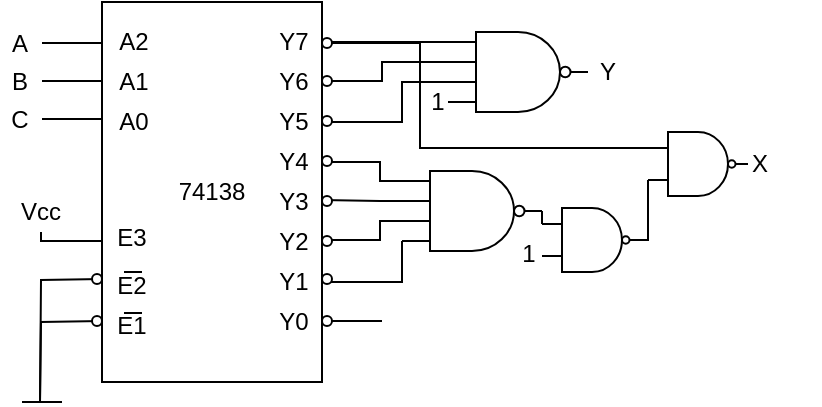
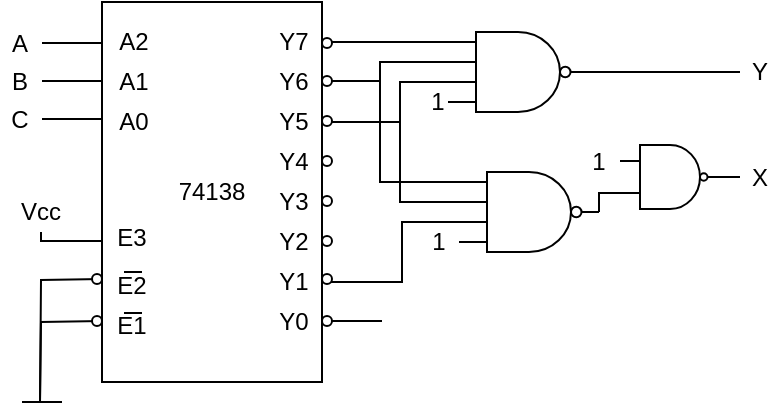
<mxfile host="app.diagrams.net">
  <diagram name="第 1 页" id="QVcH6M3zOW3lWxFKUOr2">
-     <mxGraphModel dx="438" dy="305" grid="1" gridSize="10" guides="1" tooltips="1" connect="1" arrows="1" fold="1" page="1" pageScale="1" pageWidth="827" pageHeight="1169" math="0" shadow="0">
+     <mxGraphModel dx="479" dy="254" grid="1" gridSize="10" guides="1" tooltips="1" connect="1" arrows="1" fold="1" page="1" pageScale="1" pageWidth="827" pageHeight="1169" math="0" shadow="0">
      <root>
        <mxCell id="0" />
        <mxCell id="1" parent="0" />
        <mxCell id="5TalZmoWSDWbbzXdtOt4-1" edge="1" parent="1" style="edgeStyle=orthogonalEdgeStyle;rounded=0;orthogonalLoop=1;jettySize=auto;html=1;exitX=0;exitY=0.25;exitDx=0;exitDy=0;endArrow=none;endFill=0;">
          <mxGeometry relative="1" as="geometry">
            <mxPoint x="371" y="139.5" as="sourcePoint" />
            <mxPoint x="341" y="139.47619047619048" as="targetPoint" />
          </mxGeometry>
        </mxCell>
        <mxCell id="5TalZmoWSDWbbzXdtOt4-2" parent="1" style="rounded=0;whiteSpace=wrap;html=1;" value="74138" vertex="1">
          <mxGeometry height="190" width="110" x="371" y="100" as="geometry" />
        </mxCell>
        <mxCell id="5TalZmoWSDWbbzXdtOt4-3" edge="1" parent="1" style="edgeStyle=orthogonalEdgeStyle;rounded=0;orthogonalLoop=1;jettySize=auto;html=1;exitX=0;exitY=0.25;exitDx=0;exitDy=0;endArrow=none;endFill=0;">
          <mxGeometry relative="1" as="geometry">
            <mxPoint x="371" y="120.52380952380952" as="sourcePoint" />
            <mxPoint x="341" y="120" as="targetPoint" />
          </mxGeometry>
        </mxCell>
        <mxCell id="5TalZmoWSDWbbzXdtOt4-5" edge="1" parent="1" style="edgeStyle=orthogonalEdgeStyle;rounded=0;orthogonalLoop=1;jettySize=auto;html=1;exitX=0;exitY=0.25;exitDx=0;exitDy=0;endArrow=none;endFill=0;">
          <mxGeometry relative="1" as="geometry">
            <mxPoint x="371" y="158.52380952380952" as="sourcePoint" />
            <mxPoint x="341" y="158" as="targetPoint" />
          </mxGeometry>
        </mxCell>
        <mxCell id="5TalZmoWSDWbbzXdtOt4-7" edge="1" parent="1" style="edgeStyle=orthogonalEdgeStyle;rounded=0;orthogonalLoop=1;jettySize=auto;html=1;exitX=0;exitY=0.25;exitDx=0;exitDy=0;endArrow=none;endFill=0;entryX=0.5;entryY=1;entryDx=0;entryDy=0;" target="5TalZmoWSDWbbzXdtOt4-38">
          <mxGeometry relative="1" as="geometry">
            <mxPoint x="371" y="219.52380952380952" as="sourcePoint" />
            <mxPoint x="340" y="220" as="targetPoint" />
          </mxGeometry>
        </mxCell>
        <mxCell id="5TalZmoWSDWbbzXdtOt4-8" edge="1" parent="1" style="edgeStyle=orthogonalEdgeStyle;rounded=0;orthogonalLoop=1;jettySize=auto;html=1;exitX=0;exitY=0.25;exitDx=0;exitDy=0;endArrow=none;endFill=0;">
          <mxGeometry relative="1" as="geometry">
            <mxPoint x="371" y="238.52380952380952" as="sourcePoint" />
            <mxPoint x="340" y="300" as="targetPoint" />
          </mxGeometry>
        </mxCell>
        <mxCell id="5TalZmoWSDWbbzXdtOt4-9" edge="1" parent="1" style="edgeStyle=orthogonalEdgeStyle;rounded=0;orthogonalLoop=1;jettySize=auto;html=1;exitX=0;exitY=0.25;exitDx=0;exitDy=0;endArrow=none;endFill=0;">
          <mxGeometry relative="1" as="geometry">
            <mxPoint x="371" y="259.5238095238095" as="sourcePoint" />
            <mxPoint x="340" y="300" as="targetPoint" />
          </mxGeometry>
        </mxCell>
        <mxCell id="5TalZmoWSDWbbzXdtOt4-11" parent="1" style="ellipse;whiteSpace=wrap;html=1;aspect=fixed;" value="" vertex="1">
          <mxGeometry height="5" width="5" x="366" y="257" as="geometry" />
        </mxCell>
        <mxCell id="5TalZmoWSDWbbzXdtOt4-12" parent="1" style="text;html=1;whiteSpace=wrap;strokeColor=none;fillColor=none;align=center;verticalAlign=middle;rounded=0;" value="Y7" vertex="1">
          <mxGeometry height="20" width="30" x="452" y="110" as="geometry" />
        </mxCell>
        <mxCell id="5TalZmoWSDWbbzXdtOt4-13" parent="1" style="text;html=1;whiteSpace=wrap;strokeColor=none;fillColor=none;align=center;verticalAlign=middle;rounded=0;" value="Y6" vertex="1">
          <mxGeometry height="20" width="30" x="452" y="130" as="geometry" />
        </mxCell>
        <mxCell id="5TalZmoWSDWbbzXdtOt4-14" parent="1" style="text;html=1;whiteSpace=wrap;strokeColor=none;fillColor=none;align=center;verticalAlign=middle;rounded=0;" value="Y4" vertex="1">
          <mxGeometry height="20" width="30" x="452" y="170" as="geometry" />
        </mxCell>
        <mxCell id="5TalZmoWSDWbbzXdtOt4-15" parent="1" style="text;html=1;whiteSpace=wrap;strokeColor=none;fillColor=none;align=center;verticalAlign=middle;rounded=0;" value="Y5" vertex="1">
          <mxGeometry height="20" width="30" x="452" y="150" as="geometry" />
        </mxCell>
        <mxCell id="5TalZmoWSDWbbzXdtOt4-16" parent="1" style="text;html=1;whiteSpace=wrap;strokeColor=none;fillColor=none;align=center;verticalAlign=middle;rounded=0;" value="Y3" vertex="1">
          <mxGeometry height="20" width="30" x="452" y="190" as="geometry" />
        </mxCell>
        <mxCell id="5TalZmoWSDWbbzXdtOt4-17" parent="1" style="text;html=1;whiteSpace=wrap;strokeColor=none;fillColor=none;align=center;verticalAlign=middle;rounded=0;" value="Y1" vertex="1">
          <mxGeometry height="20" width="30" x="452" y="230" as="geometry" />
        </mxCell>
        <mxCell id="5TalZmoWSDWbbzXdtOt4-18" parent="1" style="text;html=1;whiteSpace=wrap;strokeColor=none;fillColor=none;align=center;verticalAlign=middle;rounded=0;" value="Y2" vertex="1">
          <mxGeometry height="20" width="30" x="452" y="210" as="geometry" />
        </mxCell>
        <mxCell id="5TalZmoWSDWbbzXdtOt4-19" parent="1" style="text;html=1;whiteSpace=wrap;strokeColor=none;fillColor=none;align=center;verticalAlign=middle;rounded=0;" value="Y0" vertex="1">
          <mxGeometry height="20" width="30" x="452" y="250" as="geometry" />
        </mxCell>
        <mxCell id="5TalZmoWSDWbbzXdtOt4-20" parent="1" style="text;html=1;whiteSpace=wrap;strokeColor=none;fillColor=none;align=center;verticalAlign=middle;rounded=0;" value="E2" vertex="1">
          <mxGeometry height="20" width="30" x="371" y="231.5" as="geometry" />
        </mxCell>
        <mxCell id="5TalZmoWSDWbbzXdtOt4-21" edge="1" parent="1" style="endArrow=none;html=1;rounded=0;" value="">
          <mxGeometry height="50" relative="1" width="50" as="geometry">
            <mxPoint x="382" y="235" as="sourcePoint" />
            <mxPoint x="391" y="235" as="targetPoint" />
          </mxGeometry>
        </mxCell>
        <mxCell id="5TalZmoWSDWbbzXdtOt4-35" parent="1" style="text;html=1;whiteSpace=wrap;strokeColor=none;fillColor=none;align=center;verticalAlign=middle;rounded=0;" value="A" vertex="1">
          <mxGeometry height="20" width="20" x="320" y="110.5" as="geometry" />
        </mxCell>
        <mxCell id="5TalZmoWSDWbbzXdtOt4-38" parent="1" style="text;html=1;whiteSpace=wrap;strokeColor=none;fillColor=none;align=center;verticalAlign=middle;rounded=0;" value="Vcc" vertex="1">
          <mxGeometry height="20" width="31" x="325" y="195" as="geometry" />
        </mxCell>
        <mxCell id="5TalZmoWSDWbbzXdtOt4-41" edge="1" parent="1" style="endArrow=none;html=1;rounded=0;" value="">
          <mxGeometry height="50" relative="1" width="50" as="geometry">
            <mxPoint x="331" y="300" as="sourcePoint" />
            <mxPoint x="351" y="300" as="targetPoint" />
          </mxGeometry>
        </mxCell>
        <mxCell id="5TalZmoWSDWbbzXdtOt4-90" edge="1" parent="1" source="5TalZmoWSDWbbzXdtOt4-118" style="edgeStyle=orthogonalEdgeStyle;rounded=0;orthogonalLoop=1;jettySize=auto;html=1;exitX=0;exitY=0.375;exitDx=0;exitDy=0;endArrow=none;endFill=0;exitPerimeter=0;">
          <mxGeometry relative="1" as="geometry">
            <Array as="points">
-               <mxPoint x="511" y="130" />
-               <mxPoint x="511" y="140" />
+               <mxPoint x="510" y="130" />
+               <mxPoint x="510" y="140" />
            </Array>
            <mxPoint x="511" y="139.5" as="sourcePoint" />
            <mxPoint x="481" y="139.47619047619048" as="targetPoint" />
          </mxGeometry>
        </mxCell>
        <mxCell id="5TalZmoWSDWbbzXdtOt4-91" edge="1" parent="1" source="5TalZmoWSDWbbzXdtOt4-118" style="edgeStyle=orthogonalEdgeStyle;rounded=0;orthogonalLoop=1;jettySize=auto;html=1;exitX=0;exitY=0.125;exitDx=0;exitDy=0;endArrow=none;endFill=0;exitPerimeter=0;">
          <mxGeometry relative="1" as="geometry">
            <mxPoint x="511" y="120.52380952380952" as="sourcePoint" />
            <mxPoint x="481" y="120" as="targetPoint" />
          </mxGeometry>
        </mxCell>
-         <mxCell id="5TalZmoWSDWbbzXdtOt4-92" edge="1" parent="1" source="5TalZmoWSDWbbzXdtOt4-121" style="edgeStyle=orthogonalEdgeStyle;rounded=0;orthogonalLoop=1;jettySize=auto;html=1;exitX=0;exitY=0.125;exitDx=0;exitDy=0;endArrow=none;endFill=0;exitPerimeter=0;">
-           <mxGeometry relative="1" as="geometry">
-             <Array as="points">
-               <mxPoint x="510" y="190" />
-               <mxPoint x="510" y="180" />
-               <mxPoint x="481" y="180" />
-             </Array>
-             <mxPoint x="511" y="179.52380952380952" as="sourcePoint" />
-             <mxPoint x="481" y="179" as="targetPoint" />
-           </mxGeometry>
-         </mxCell>
        <mxCell id="5TalZmoWSDWbbzXdtOt4-93" edge="1" parent="1" source="5TalZmoWSDWbbzXdtOt4-118" style="edgeStyle=orthogonalEdgeStyle;rounded=0;orthogonalLoop=1;jettySize=auto;html=1;endArrow=none;endFill=0;exitX=0;exitY=0.625;exitDx=0;exitDy=0;exitPerimeter=0;">
          <mxGeometry relative="1" as="geometry">
            <Array as="points">
-               <mxPoint x="521" y="140" />
-               <mxPoint x="521" y="160" />
+               <mxPoint x="520" y="140" />
+               <mxPoint x="520" y="160" />
              <mxPoint x="481" y="160" />
            </Array>
            <mxPoint x="571" y="160" as="sourcePoint" />
            <mxPoint x="481" y="159" as="targetPoint" />
          </mxGeometry>
        </mxCell>
-         <mxCell id="5TalZmoWSDWbbzXdtOt4-94" edge="1" parent="1" source="5TalZmoWSDWbbzXdtOt4-121" style="edgeStyle=orthogonalEdgeStyle;rounded=0;orthogonalLoop=1;jettySize=auto;html=1;endArrow=none;endFill=0;exitX=0;exitY=0.375;exitDx=0;exitDy=0;exitPerimeter=0;">
-           <mxGeometry relative="1" as="geometry">
-             <Array as="points">
-               <mxPoint x="510" y="200" />
-             </Array>
-             <mxPoint x="570" y="200" as="sourcePoint" />
-             <mxPoint x="481" y="199" as="targetPoint" />
-           </mxGeometry>
-         </mxCell>
-         <mxCell id="5TalZmoWSDWbbzXdtOt4-95" edge="1" parent="1" source="5TalZmoWSDWbbzXdtOt4-121" style="edgeStyle=orthogonalEdgeStyle;rounded=0;orthogonalLoop=1;jettySize=auto;html=1;exitX=0;exitY=0.625;exitDx=0;exitDy=0;endArrow=none;endFill=0;exitPerimeter=0;">
-           <mxGeometry relative="1" as="geometry">
-             <Array as="points">
-               <mxPoint x="510" y="210" />
-               <mxPoint x="510" y="219" />
-             </Array>
-             <mxPoint x="511" y="219.52380952380952" as="sourcePoint" />
-             <mxPoint x="481" y="219" as="targetPoint" />
-           </mxGeometry>
-         </mxCell>
-         <mxCell id="5TalZmoWSDWbbzXdtOt4-96" edge="1" parent="1" source="5TalZmoWSDWbbzXdtOt4-121" style="edgeStyle=orthogonalEdgeStyle;rounded=0;orthogonalLoop=1;jettySize=auto;html=1;endArrow=none;endFill=0;exitX=0;exitY=0.875;exitDx=0;exitDy=0;exitPerimeter=0;">
-           <mxGeometry relative="1" as="geometry">
-             <Array as="points">
-               <mxPoint x="521" y="220" />
+         <mxCell id="5TalZmoWSDWbbzXdtOt4-96" edge="1" parent="1" source="5TalZmoWSDWbbzXdtOt4-121" style="edgeStyle=orthogonalEdgeStyle;rounded=0;orthogonalLoop=1;jettySize=auto;html=1;endArrow=none;endFill=0;exitX=0;exitY=0.625;exitDx=0;exitDy=0;exitPerimeter=0;">
+           <mxGeometry relative="1" as="geometry">
+             <Array as="points">
+               <mxPoint x="521" y="210" />
              <mxPoint x="521" y="240" />
              <mxPoint x="481" y="240" />
            </Array>
            <mxPoint x="560" y="220" as="sourcePoint" />
            <mxPoint x="481" y="238" as="targetPoint" />
          </mxGeometry>
        </mxCell>
        <mxCell id="5TalZmoWSDWbbzXdtOt4-97" edge="1" parent="1" style="edgeStyle=orthogonalEdgeStyle;rounded=0;orthogonalLoop=1;jettySize=auto;html=1;exitX=0;exitY=0.25;exitDx=0;exitDy=0;endArrow=none;endFill=0;">
          <mxGeometry relative="1" as="geometry">
            <mxPoint x="511" y="259.5238095238095" as="sourcePoint" />
            <mxPoint x="481" y="259" as="targetPoint" />
          </mxGeometry>
        </mxCell>
        <mxCell id="5TalZmoWSDWbbzXdtOt4-98" parent="1" style="ellipse;whiteSpace=wrap;html=1;aspect=fixed;" value="" vertex="1">
          <mxGeometry height="5" width="5" x="481" y="257" as="geometry" />
        </mxCell>
        <mxCell id="5TalZmoWSDWbbzXdtOt4-99" parent="1" style="ellipse;whiteSpace=wrap;html=1;aspect=fixed;" value="" vertex="1">
          <mxGeometry height="5" width="5" x="481" y="236" as="geometry" />
        </mxCell>
        <mxCell id="5TalZmoWSDWbbzXdtOt4-101" parent="1" style="ellipse;whiteSpace=wrap;html=1;aspect=fixed;" value="" vertex="1">
          <mxGeometry height="5" width="5" x="481" y="217" as="geometry" />
        </mxCell>
        <mxCell id="5TalZmoWSDWbbzXdtOt4-102" parent="1" style="ellipse;whiteSpace=wrap;html=1;aspect=fixed;" value="" vertex="1">
          <mxGeometry height="5" width="5" x="481" y="197" as="geometry" />
        </mxCell>
        <mxCell id="5TalZmoWSDWbbzXdtOt4-103" parent="1" style="ellipse;whiteSpace=wrap;html=1;aspect=fixed;" value="" vertex="1">
          <mxGeometry height="5" width="5" x="481" y="177" as="geometry" />
        </mxCell>
        <mxCell id="5TalZmoWSDWbbzXdtOt4-104" parent="1" style="ellipse;whiteSpace=wrap;html=1;aspect=fixed;" value="" vertex="1">
          <mxGeometry height="5" width="5" x="481" y="157" as="geometry" />
        </mxCell>
        <mxCell id="5TalZmoWSDWbbzXdtOt4-105" parent="1" style="ellipse;whiteSpace=wrap;html=1;aspect=fixed;" value="" vertex="1">
          <mxGeometry height="5" width="5" x="481" y="137" as="geometry" />
        </mxCell>
        <mxCell id="5TalZmoWSDWbbzXdtOt4-106" parent="1" style="ellipse;whiteSpace=wrap;html=1;aspect=fixed;" value="" vertex="1">
          <mxGeometry height="5" width="5" x="481" y="118" as="geometry" />
        </mxCell>
        <mxCell id="5TalZmoWSDWbbzXdtOt4-107" parent="1" style="ellipse;whiteSpace=wrap;html=1;aspect=fixed;" value="" vertex="1">
          <mxGeometry height="5" width="5" x="366" y="236" as="geometry" />
        </mxCell>
        <mxCell id="5TalZmoWSDWbbzXdtOt4-108" parent="1" style="text;html=1;whiteSpace=wrap;strokeColor=none;fillColor=none;align=center;verticalAlign=middle;rounded=0;" value="E1" vertex="1">
          <mxGeometry height="20" width="30" x="371" y="252" as="geometry" />
        </mxCell>
        <mxCell id="5TalZmoWSDWbbzXdtOt4-109" edge="1" parent="1" style="endArrow=none;html=1;rounded=0;" value="">
          <mxGeometry height="50" relative="1" width="50" as="geometry">
            <mxPoint x="382" y="255.5" as="sourcePoint" />
            <mxPoint x="391" y="255.5" as="targetPoint" />
          </mxGeometry>
        </mxCell>
        <mxCell id="5TalZmoWSDWbbzXdtOt4-110" parent="1" style="text;html=1;whiteSpace=wrap;strokeColor=none;fillColor=none;align=center;verticalAlign=middle;rounded=0;" value="E3" vertex="1">
          <mxGeometry height="20" width="30" x="371" y="208" as="geometry" />
        </mxCell>
        <mxCell id="5TalZmoWSDWbbzXdtOt4-112" parent="1" style="text;html=1;whiteSpace=wrap;strokeColor=none;fillColor=none;align=center;verticalAlign=middle;rounded=0;" value="A1" vertex="1">
          <mxGeometry height="20" width="30" x="372" y="130" as="geometry" />
        </mxCell>
        <mxCell id="5TalZmoWSDWbbzXdtOt4-113" parent="1" style="text;html=1;whiteSpace=wrap;strokeColor=none;fillColor=none;align=center;verticalAlign=middle;rounded=0;" value="A2" vertex="1">
          <mxGeometry height="20" width="30" x="372" y="110" as="geometry" />
        </mxCell>
        <mxCell id="5TalZmoWSDWbbzXdtOt4-114" parent="1" style="text;html=1;whiteSpace=wrap;strokeColor=none;fillColor=none;align=center;verticalAlign=middle;rounded=0;" value="A0" vertex="1">
          <mxGeometry height="20" width="30" x="372" y="150" as="geometry" />
        </mxCell>
        <mxCell id="5TalZmoWSDWbbzXdtOt4-116" parent="1" style="text;html=1;whiteSpace=wrap;strokeColor=none;fillColor=none;align=center;verticalAlign=middle;rounded=0;" value="B" vertex="1">
          <mxGeometry height="20" width="20" x="320" y="129.5" as="geometry" />
        </mxCell>
        <mxCell id="5TalZmoWSDWbbzXdtOt4-117" parent="1" style="text;html=1;whiteSpace=wrap;strokeColor=none;fillColor=none;align=center;verticalAlign=middle;rounded=0;" value="C" vertex="1">
          <mxGeometry height="20" width="20" x="320" y="149" as="geometry" />
        </mxCell>
+         <mxCell id="I5J_WCZogH00vNVAUnVJ-4" edge="1" parent="1" source="5TalZmoWSDWbbzXdtOt4-118" style="edgeStyle=orthogonalEdgeStyle;rounded=0;orthogonalLoop=1;jettySize=auto;html=1;exitX=1;exitY=0.5;exitDx=0;exitDy=0;exitPerimeter=0;endArrow=none;endFill=0;" target="5TalZmoWSDWbbzXdtOt4-120">
+           <mxGeometry relative="1" as="geometry" />
+         </mxCell>
        <mxCell id="5TalZmoWSDWbbzXdtOt4-118" parent="1" style="verticalLabelPosition=bottom;shadow=0;dashed=0;align=center;html=1;verticalAlign=top;shape=mxgraph.electrical.logic_gates.logic_gate;operation=and;negating=1;negSize=0.15;numInputs=4;" value="" vertex="1">
          <mxGeometry height="40" width="70" x="544" y="115" as="geometry" />
        </mxCell>
        <mxCell id="5TalZmoWSDWbbzXdtOt4-119" parent="1" style="text;html=1;whiteSpace=wrap;strokeColor=none;fillColor=none;align=center;verticalAlign=middle;rounded=0;" value="1" vertex="1">
          <mxGeometry height="10" width="10" x="534" y="145" as="geometry" />
        </mxCell>
        <mxCell id="5TalZmoWSDWbbzXdtOt4-120" parent="1" style="text;html=1;whiteSpace=wrap;strokeColor=none;fillColor=none;align=center;verticalAlign=middle;rounded=0;" value="Y" vertex="1">
-           <mxGeometry height="30" width="60" x="594" y="120" as="geometry" />
+           <mxGeometry height="20" width="20" x="690" y="125" as="geometry" />
+         </mxCell>
+         <mxCell id="I5J_WCZogH00vNVAUnVJ-1" edge="1" parent="1" source="5TalZmoWSDWbbzXdtOt4-121" style="edgeStyle=orthogonalEdgeStyle;rounded=0;orthogonalLoop=1;jettySize=auto;html=1;exitX=0;exitY=0.125;exitDx=0;exitDy=0;exitPerimeter=0;entryX=1;entryY=0.5;entryDx=0;entryDy=0;endArrow=none;endFill=0;" target="5TalZmoWSDWbbzXdtOt4-105">
+           <mxGeometry relative="1" as="geometry">
+             <Array as="points">
+               <mxPoint x="510" y="190" />
+               <mxPoint x="510" y="140" />
+             </Array>
+           </mxGeometry>
+         </mxCell>
+         <mxCell id="I5J_WCZogH00vNVAUnVJ-2" edge="1" parent="1" source="5TalZmoWSDWbbzXdtOt4-121" style="edgeStyle=orthogonalEdgeStyle;rounded=0;orthogonalLoop=1;jettySize=auto;html=1;exitX=0;exitY=0.375;exitDx=0;exitDy=0;exitPerimeter=0;entryX=1;entryY=0.5;entryDx=0;entryDy=0;endArrow=none;endFill=0;" target="5TalZmoWSDWbbzXdtOt4-104">
+           <mxGeometry relative="1" as="geometry">
+             <Array as="points">
+               <mxPoint x="520" y="200" />
+               <mxPoint x="520" y="160" />
+               <mxPoint x="486" y="160" />
+             </Array>
+           </mxGeometry>
        </mxCell>
        <mxCell id="5TalZmoWSDWbbzXdtOt4-121" parent="1" style="verticalLabelPosition=bottom;shadow=0;dashed=0;align=center;html=1;verticalAlign=top;shape=mxgraph.electrical.logic_gates.logic_gate;operation=and;negating=1;negSize=0.15;numInputs=4;" value="" vertex="1">
-           <mxGeometry height="40" width="70" x="521" y="184.5" as="geometry" />
+           <mxGeometry height="40" width="70" x="549.5" y="185" as="geometry" />
+         </mxCell>
+         <mxCell id="I5J_WCZogH00vNVAUnVJ-5" edge="1" parent="1" source="5TalZmoWSDWbbzXdtOt4-122" style="edgeStyle=orthogonalEdgeStyle;rounded=0;orthogonalLoop=1;jettySize=auto;html=1;exitX=1;exitY=0.5;exitDx=0;exitDy=0;exitPerimeter=0;entryX=0;entryY=0.5;entryDx=0;entryDy=0;endArrow=none;endFill=0;" target="5TalZmoWSDWbbzXdtOt4-128">
+           <mxGeometry relative="1" as="geometry" />
        </mxCell>
        <mxCell id="5TalZmoWSDWbbzXdtOt4-122" parent="1" style="verticalLabelPosition=bottom;shadow=0;dashed=0;align=center;html=1;verticalAlign=top;shape=mxgraph.electrical.logic_gates.logic_gate;operation=and;negating=1;negSize=0.15;" value="" vertex="1">
-           <mxGeometry height="32" width="50" x="591" y="203" as="geometry" />
-         </mxCell>
-         <mxCell id="5TalZmoWSDWbbzXdtOt4-127" edge="1" parent="1" source="5TalZmoWSDWbbzXdtOt4-123" style="edgeStyle=orthogonalEdgeStyle;rounded=0;orthogonalLoop=1;jettySize=auto;html=1;exitX=0;exitY=0.25;exitDx=0;exitDy=0;exitPerimeter=0;entryX=1;entryY=0.5;entryDx=0;entryDy=0;endArrow=none;endFill=0;" target="5TalZmoWSDWbbzXdtOt4-106">
-           <mxGeometry relative="1" as="geometry">
-             <Array as="points">
-               <mxPoint x="530" y="173" />
-               <mxPoint x="530" y="121" />
-             </Array>
-           </mxGeometry>
-         </mxCell>
-         <mxCell id="5TalZmoWSDWbbzXdtOt4-123" parent="1" style="verticalLabelPosition=bottom;shadow=0;dashed=0;align=center;html=1;verticalAlign=top;shape=mxgraph.electrical.logic_gates.logic_gate;operation=and;negating=1;negSize=0.15;" value="" vertex="1">
-           <mxGeometry height="32" width="50" x="644" y="165" as="geometry" />
-         </mxCell>
-         <mxCell id="5TalZmoWSDWbbzXdtOt4-124" edge="1" parent="1" source="5TalZmoWSDWbbzXdtOt4-122" style="edgeStyle=orthogonalEdgeStyle;rounded=0;orthogonalLoop=1;jettySize=auto;html=1;exitX=0;exitY=0.25;exitDx=0;exitDy=0;exitPerimeter=0;entryX=1;entryY=0.5;entryDx=0;entryDy=0;entryPerimeter=0;endArrow=none;endFill=0;" target="5TalZmoWSDWbbzXdtOt4-121">
+           <mxGeometry height="32" width="50" x="630" y="171.5" as="geometry" />
+         </mxCell>
+         <mxCell id="5TalZmoWSDWbbzXdtOt4-124" edge="1" parent="1" source="5TalZmoWSDWbbzXdtOt4-122" style="edgeStyle=orthogonalEdgeStyle;rounded=0;orthogonalLoop=1;jettySize=auto;html=1;exitX=0;exitY=0.75;exitDx=0;exitDy=0;exitPerimeter=0;entryX=1;entryY=0.5;entryDx=0;entryDy=0;entryPerimeter=0;endArrow=none;endFill=0;" target="5TalZmoWSDWbbzXdtOt4-121">
          <mxGeometry relative="1" as="geometry" />
        </mxCell>
        <mxCell id="5TalZmoWSDWbbzXdtOt4-125" parent="1" style="text;html=1;whiteSpace=wrap;strokeColor=none;fillColor=none;align=center;verticalAlign=middle;rounded=0;" value="1" vertex="1">
-           <mxGeometry height="10" width="21" x="574" y="221" as="geometry" />
-         </mxCell>
-         <mxCell id="5TalZmoWSDWbbzXdtOt4-126" edge="1" parent="1" source="5TalZmoWSDWbbzXdtOt4-122" style="edgeStyle=orthogonalEdgeStyle;rounded=0;orthogonalLoop=1;jettySize=auto;html=1;exitX=1;exitY=0.5;exitDx=0;exitDy=0;exitPerimeter=0;entryX=0;entryY=0.75;entryDx=0;entryDy=0;entryPerimeter=0;endArrow=none;endFill=0;" target="5TalZmoWSDWbbzXdtOt4-123">
-           <mxGeometry relative="1" as="geometry" />
+           <mxGeometry height="10" width="21" x="528.5" y="214.5" as="geometry" />
        </mxCell>
        <mxCell id="5TalZmoWSDWbbzXdtOt4-128" parent="1" style="text;html=1;whiteSpace=wrap;strokeColor=none;fillColor=none;align=center;verticalAlign=middle;rounded=0;" value="X" vertex="1">
-           <mxGeometry height="30" width="60" x="670" y="166" as="geometry" />
+           <mxGeometry height="21" width="20" x="690" y="177" as="geometry" />
+         </mxCell>
+         <mxCell id="I5J_WCZogH00vNVAUnVJ-3" parent="1" style="text;html=1;whiteSpace=wrap;strokeColor=none;fillColor=none;align=center;verticalAlign=middle;rounded=0;" value="1" vertex="1">
+           <mxGeometry height="10" width="21" x="609" y="174.5" as="geometry" />
        </mxCell>
      </root>
    </mxGraphModel>
  </diagram>
</mxfile>
